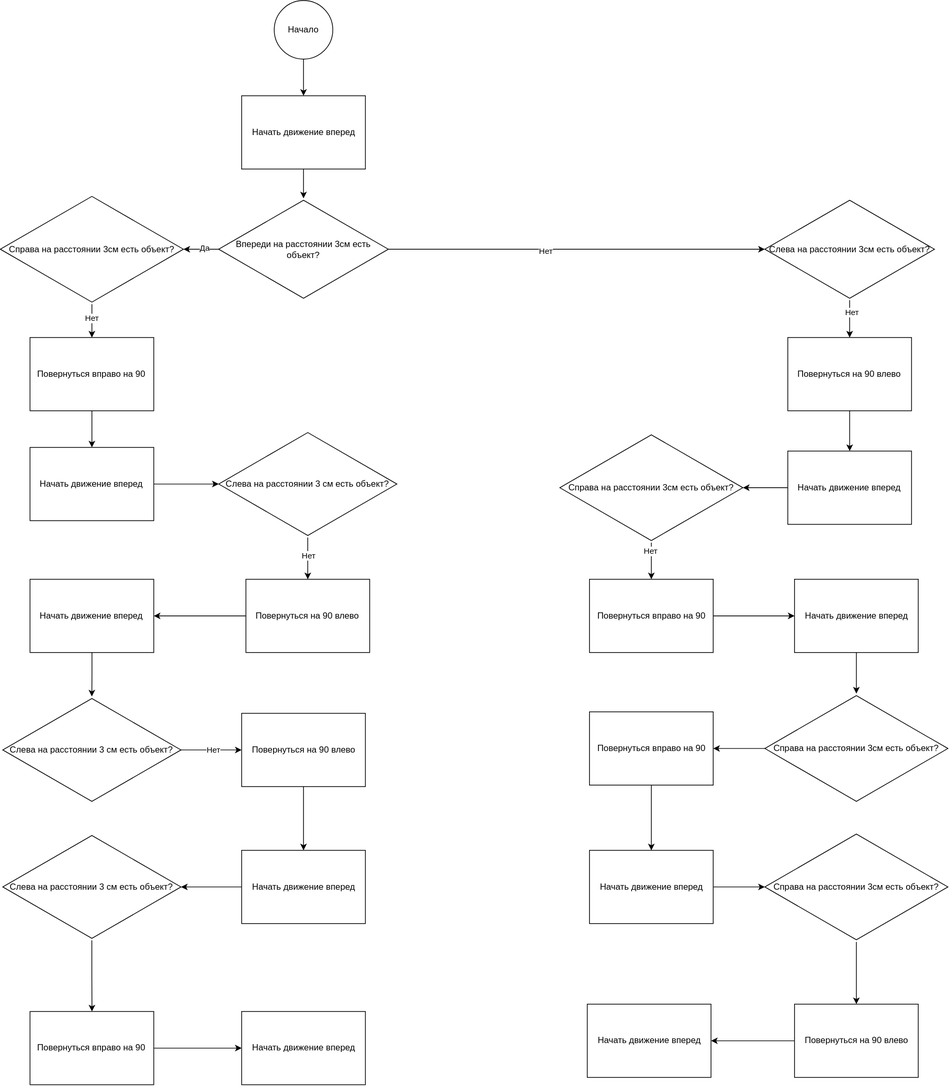
The draw.io diagram Алгоритм объезда препятствия.svg in FortyClock/VacuumCleaner, before a commit. Source tidied: cells renumbered, new cells last; positions are measured from the earlier drawing's top-left corner, leaving out a move shared by most shapes.
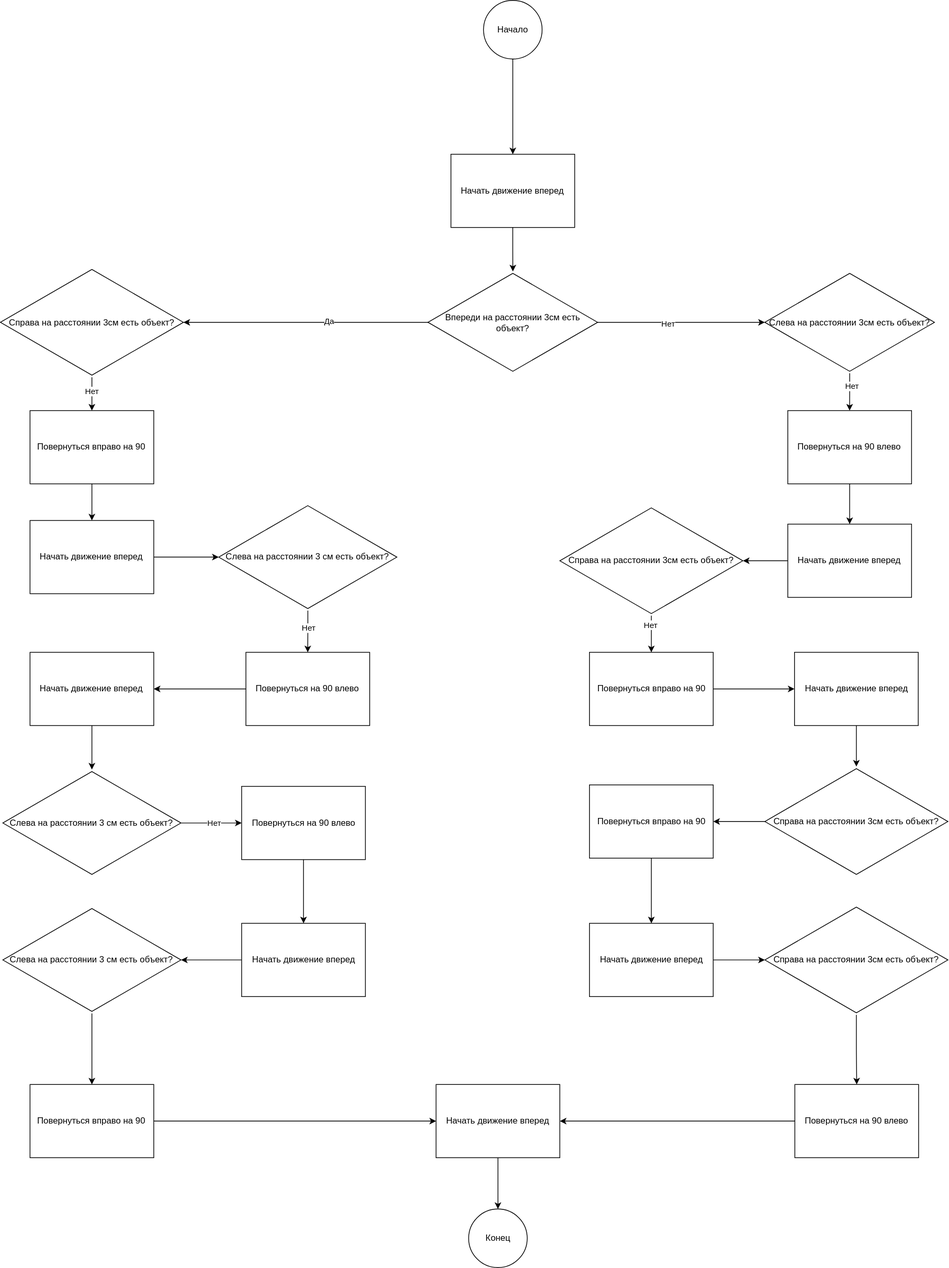
The same diagram one commit later.

The edit, as a diff of the source:
```diff
@@ -6,7 +6,7 @@
       <mxGeometry relative="1" as="geometry" />
     </mxCell>
     <mxCell id="3" value="Начало" style="ellipse;whiteSpace=wrap;html=1;" parent="1" vertex="1">
-      <mxGeometry x="374" width="80" height="80" as="geometry" />
+      <mxGeometry x="659.8" y="-100" width="80" height="80" as="geometry" />
     </mxCell>
     <mxCell id="4" style="edgeStyle=orthogonalEdgeStyle;rounded=0;jettySize=auto;html=1;" parent="1" edge="1" source="8" target="11">
       <mxGeometry relative="1" as="geometry" />
@@ -23,7 +23,7 @@
       </mxGeometry>
     </mxCell>
     <mxCell id="8" value="Впереди на расстоянии 3см есть объект?" style="html=1;whiteSpace=wrap;shape=isoRectangle;" parent="1" vertex="1">
-      <mxGeometry x="298.2" y="270" width="231.7" height="139" as="geometry" />
+      <mxGeometry x="584" y="270" width="231.7" height="139" as="geometry" />
     </mxCell>
     <mxCell id="9" style="edgeStyle=orthogonalEdgeStyle;rounded=0;jettySize=auto;html=1;" parent="1" edge="1" source="11" target="13">
       <mxGeometry relative="1" as="geometry" />
@@ -65,7 +65,7 @@
       <mxGeometry relative="1" as="geometry" />
     </mxCell>
     <mxCell id="22" value="Начать движение вперед" style="rounded=0;whiteSpace=wrap;html=1;" parent="1" vertex="1">
-      <mxGeometry x="329.5" y="130" width="169" height="100" as="geometry" />
+      <mxGeometry x="615.3" y="110" width="169" height="100" as="geometry" />
     </mxCell>
     <mxCell id="23" style="edgeStyle=orthogonalEdgeStyle;rounded=0;jettySize=auto;html=1;" parent="1" edge="1" source="24" target="27">
       <mxGeometry relative="1" as="geometry" />
@@ -106,8 +106,11 @@
     <mxCell id="35" value="Повернуться вправо на 90" style="rounded=0;whiteSpace=wrap;html=1;" parent="1" vertex="1">
       <mxGeometry x="40.5" y="1380" width="169" height="100" as="geometry" />
     </mxCell>
+    <mxCell id="62" style="edgeStyle=orthogonalEdgeStyle;rounded=0;jettySize=auto;html=1;" parent="1" edge="1" source="36" target="63">
+      <mxGeometry relative="1" as="geometry" />
+    </mxCell>
     <mxCell id="36" value="Начать движение вперед" style="rounded=0;whiteSpace=wrap;html=1;" parent="1" vertex="1">
-      <mxGeometry x="329.5" y="1380" width="169" height="100" as="geometry" />
+      <mxGeometry x="595" y="1380" width="169" height="100" as="geometry" />
     </mxCell>
     <mxCell id="37" style="edgeStyle=orthogonalEdgeStyle;rounded=0;jettySize=auto;html=1;" parent="1" edge="1" source="39" target="41">
       <mxGeometry relative="1" as="geometry" />
@@ -175,14 +178,14 @@
     <mxCell id="58" value="Справа на расстоянии 3см есть объект?" style="html=1;whiteSpace=wrap;shape=isoRectangle;" parent="1" vertex="1">
       <mxGeometry x="1044" y="1135" width="250" height="150" as="geometry" />
     </mxCell>
-    <mxCell id="59" style="edgeStyle=orthogonalEdgeStyle;rounded=0;jettySize=auto;html=1;" parent="1" edge="1" source="60" target="61">
+    <mxCell id="59" style="edgeStyle=orthogonalEdgeStyle;rounded=0;jettySize=auto;html=1;entryX=1;entryY=0.5;entryDx=0;entryDy=0;entryPerimeter=0;" parent="1" edge="1" source="60" target="36">
       <mxGeometry relative="1" as="geometry" />
     </mxCell>
     <mxCell id="60" value="Повернуться на 90 влево" style="rounded=0;whiteSpace=wrap;html=1;" parent="1" vertex="1">
-      <mxGeometry x="1084.5" y="1370" width="169" height="100" as="geometry" />
+      <mxGeometry x="1085" y="1380" width="169" height="100" as="geometry" />
     </mxCell>
-    <mxCell id="61" value="Начать движение вперед" style="rounded=0;whiteSpace=wrap;html=1;" parent="1" vertex="1">
-      <mxGeometry x="801.5" y="1370" width="169" height="100" as="geometry" />
-    </mxCell>
+    <mxCell id="63" value="Конец" style="ellipse;whiteSpace=wrap;html=1;" parent="1" vertex="1">
+      <mxGeometry x="639.5" y="1550" width="80" height="80" as="geometry" />
+    </mxCell>
   </root>
 </mxGraphModel>
```
